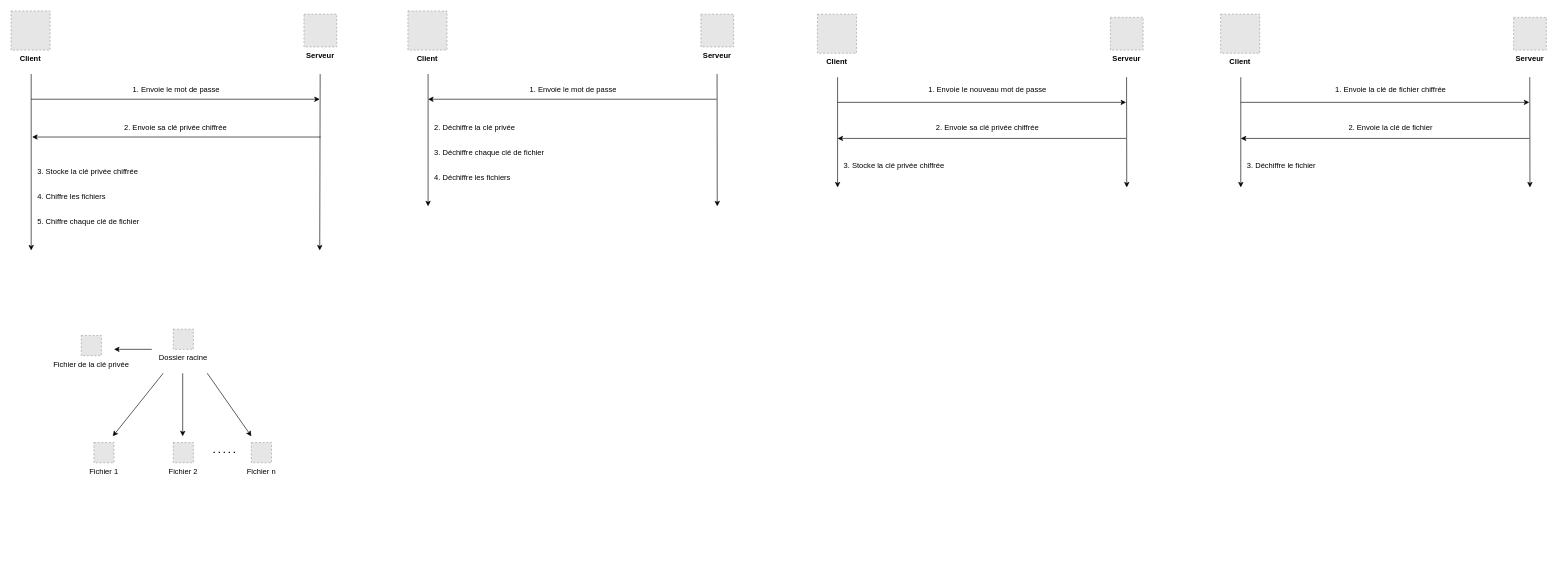
dylanramos/post-quantum-ransomware keeps this draw.io diagram as docs/diagrams/diagrams.drawio. Above is the earlier version. Source tidied: cells renumbered, new cells numbered last; positions are measured from the earlier drawing's top-left corner, leaving out a move shared by most shapes. Both pictures are drawn from the tidied source at 63%, with x=0, y=0 at pixel (11, 11). Pictures stored in the file or linked from it are replaced by grey dashed boxes.
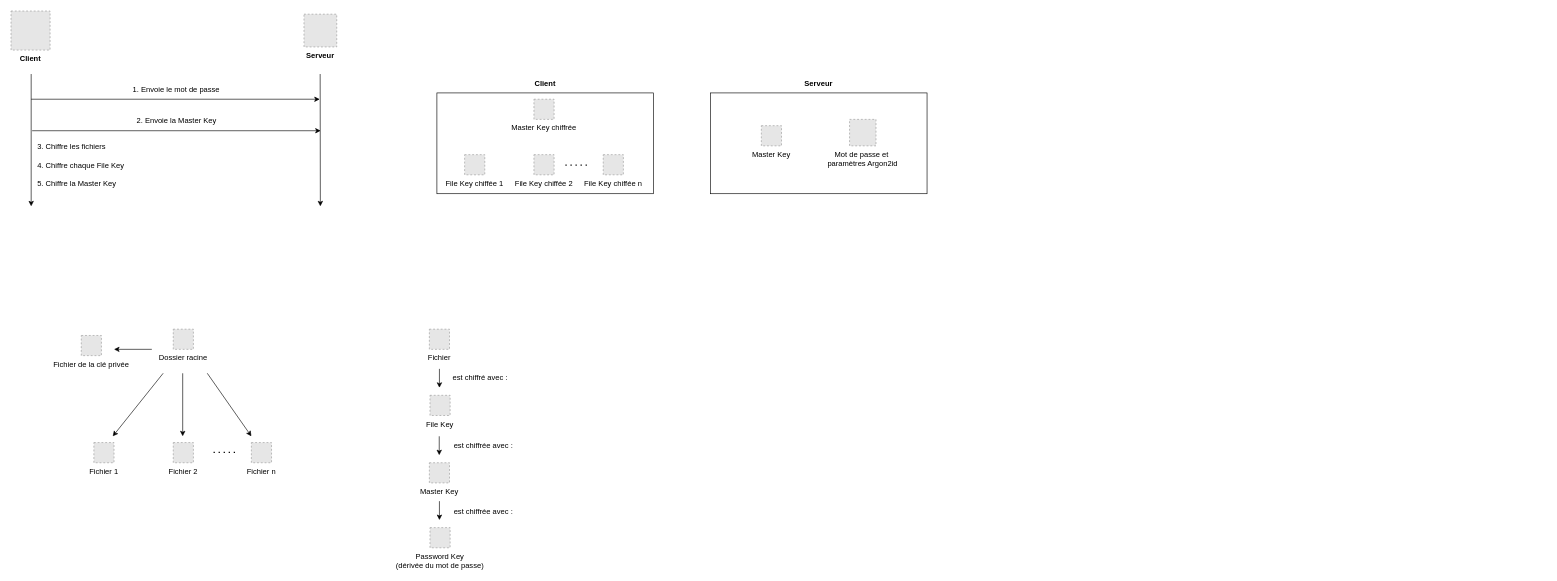
After the change.

Change to the diagram source:
```diff
@@
     <mxCell id="10" style="endArrow=none;html=1;rounded=0;startArrow=classic;startFill=1;" parent="1" edge="1">
       <mxGeometry relative="1" as="geometry">
-        <mxPoint x="32" y="380" as="sourcePoint" />
+        <mxPoint x="32" y="310" as="sourcePoint" />
         <mxPoint x="32" y="100" as="targetPoint" />
       </mxGeometry>
     </mxCell>
     <mxCell id="11" style="endArrow=none;html=1;rounded=0;startArrow=classic;startFill=1;" parent="1" edge="1">
       <mxGeometry relative="1" as="geometry">
-        <mxPoint x="490" y="380" as="sourcePoint" />
+        <mxPoint x="491" y="310" as="sourcePoint" />
         <mxPoint x="490.7" y="100" as="targetPoint" />
       </mxGeometry>
     </mxCell>
-    <mxCell id="12" style="endArrow=classic;html=1;rounded=0;endFill=1;startArrow=none;startFill=0;" parent="1" edge="1">
+    <mxCell id="12" style="endArrow=none;html=1;rounded=0;endFill=0;startArrow=classic;startFill=1;" parent="1" edge="1">
       <mxGeometry relative="1" as="geometry">
-        <mxPoint x="491.5" y="200" as="sourcePoint" />
-        <mxPoint x="33.5" y="200" as="targetPoint" />
+        <mxPoint x="491.5" y="190" as="sourcePoint" />
+        <mxPoint x="33.5" y="190" as="targetPoint" />
       </mxGeometry>
     </mxCell>
-    <mxCell id="13" value="2. Envoie sa clé privée chiffrée&amp;nbsp;" style="text;html=1;whiteSpace=wrap;strokeColor=none;fillColor=none;align=center;verticalAlign=middle;rounded=0;" parent="1" vertex="1">
-      <mxGeometry x="167.5" y="170" width="190" height="30" as="geometry" />
+    <mxCell id="13" value="2. Envoie la Master Key" style="text;html=1;whiteSpace=wrap;strokeColor=none;fillColor=none;align=center;verticalAlign=middle;rounded=0;" parent="1" vertex="1">
+      <mxGeometry x="167.5" y="160" width="190" height="30" as="geometry" />
     </mxCell>
-    <mxCell id="14" value="3. Stocke la clé privée chiffrée" style="text;html=1;whiteSpace=wrap;strokeColor=none;fillColor=none;align=left;verticalAlign=middle;rounded=0;" parent="1" vertex="1">
-      <mxGeometry x="40" y="240" width="170" height="30" as="geometry" />
+    <mxCell id="14" value="3. Chiffre les fichiers" style="text;html=1;whiteSpace=wrap;strokeColor=none;fillColor=none;align=left;verticalAlign=middle;rounded=0;" parent="1" vertex="1">
+      <mxGeometry x="40" y="200" width="170" height="30" as="geometry" />
     </mxCell>
-    <mxCell id="15" value="4. Chiffre les fichiers" style="text;html=1;whiteSpace=wrap;strokeColor=none;fillColor=none;align=left;verticalAlign=middle;rounded=0;" parent="1" vertex="1">
-      <mxGeometry x="40" y="280" width="170" height="30" as="geometry" />
+    <mxCell id="15" value="4. Chiffre chaque File Key" style="text;html=1;whiteSpace=wrap;strokeColor=none;fillColor=none;align=left;verticalAlign=middle;rounded=0;" parent="1" vertex="1">
+      <mxGeometry x="40" y="230" width="170" height="30" as="geometry" />
     </mxCell>
-    <mxCell id="16" value="5. Chiffre chaque clé de fichier" style="text;html=1;whiteSpace=wrap;strokeColor=none;fillColor=none;align=left;verticalAlign=middle;rounded=0;" parent="1" vertex="1">
-      <mxGeometry x="40" y="320" width="280" height="30" as="geometry" />
+    <mxCell id="16" value="5. Chiffre la Master Key" style="text;html=1;whiteSpace=wrap;strokeColor=none;fillColor=none;align=left;verticalAlign=middle;rounded=0;" parent="1" vertex="1">
+      <mxGeometry x="40" y="260" width="280" height="30" as="geometry" />
     </mxCell>
@@
-    <mxCell id="23" value="Serveur" style="fillColor=#E6E6E6;strokeColor=#999999;dashed=1;verticalLabelPosition=bottom;labelBackgroundColor=default;verticalAlign=top;fontStyle=1;" parent="1" vertex="1">
-      <mxGeometry x="1095" y="5" width="52" height="52" as="geometry" />
-    </mxCell>
-    <mxCell id="24" value="Client" style="fillColor=#E6E6E6;strokeColor=#999999;dashed=1;verticalLabelPosition=bottom;labelBackgroundColor=default;verticalAlign=top;fontStyle=1;" parent="1" vertex="1">
-      <mxGeometry x="630" width="62" height="62" as="geometry" />
-    </mxCell>
-    <mxCell id="25" value="1. Envoie le mot de passe" style="text;html=1;whiteSpace=wrap;strokeColor=none;fillColor=none;align=center;verticalAlign=middle;rounded=0;" parent="1" vertex="1">
-      <mxGeometry x="820" y="110" width="145" height="30" as="geometry" />
-    </mxCell>
-    <mxCell id="26" style="endArrow=classic;html=1;rounded=0;endFill=1;startArrow=none;startFill=0;" parent="1" edge="1">
-      <mxGeometry relative="1" as="geometry">
-        <mxPoint x="1120" y="140" as="sourcePoint" />
-        <mxPoint x="662" y="140" as="targetPoint" />
-      </mxGeometry>
-    </mxCell>
-    <mxCell id="27" style="endArrow=none;html=1;rounded=0;startArrow=classic;startFill=1;" parent="1" edge="1">
-      <mxGeometry relative="1" as="geometry">
-        <mxPoint x="662" y="310" as="sourcePoint" />
-        <mxPoint x="662" y="100" as="targetPoint" />
-      </mxGeometry>
-    </mxCell>
-    <mxCell id="28" style="endArrow=none;html=1;rounded=0;startArrow=classic;startFill=1;" parent="1" edge="1">
-      <mxGeometry relative="1" as="geometry">
-        <mxPoint x="1121" y="310" as="sourcePoint" />
-        <mxPoint x="1120.7" y="100" as="targetPoint" />
-      </mxGeometry>
-    </mxCell>
-    <mxCell id="29" value="2. Déchiffre la clé privée" style="text;html=1;whiteSpace=wrap;strokeColor=none;fillColor=none;align=left;verticalAlign=middle;rounded=0;" parent="1" vertex="1">
-      <mxGeometry x="670" y="170" width="170" height="30" as="geometry" />
-    </mxCell>
-    <mxCell id="30" value="3. Déchiffre chaque clé de fichier" style="text;html=1;whiteSpace=wrap;strokeColor=none;fillColor=none;align=left;verticalAlign=middle;rounded=0;" parent="1" vertex="1">
-      <mxGeometry x="670" y="210" width="190" height="30" as="geometry" />
-    </mxCell>
-    <mxCell id="31" value="4. Déchiffre les fichiers" style="text;html=1;whiteSpace=wrap;strokeColor=none;fillColor=none;align=left;verticalAlign=middle;rounded=0;" parent="1" vertex="1">
-      <mxGeometry x="670" y="250" width="140" height="30" as="geometry" />
-    </mxCell>
-    <mxCell id="32" value="Serveur" style="fillColor=#E6E6E6;strokeColor=#999999;dashed=1;verticalLabelPosition=bottom;labelBackgroundColor=default;verticalAlign=top;fontStyle=1;" parent="1" vertex="1">
-      <mxGeometry x="1745" y="10" width="52" height="52" as="geometry" />
-    </mxCell>
-    <mxCell id="33" value="Client" style="fillColor=#E6E6E6;strokeColor=#999999;dashed=1;verticalLabelPosition=bottom;labelBackgroundColor=default;verticalAlign=top;fontStyle=1;" parent="1" vertex="1">
-      <mxGeometry x="1280" y="5" width="62" height="62" as="geometry" />
-    </mxCell>
-    <mxCell id="34" value="1. Envoie le nouveau mot de passe" style="text;html=1;whiteSpace=wrap;strokeColor=none;fillColor=none;align=center;verticalAlign=middle;rounded=0;" parent="1" vertex="1">
-      <mxGeometry x="1455" y="110" width="190" height="30" as="geometry" />
-    </mxCell>
-    <mxCell id="35" style="endArrow=none;html=1;rounded=0;endFill=0;startArrow=classic;startFill=1;" parent="1" edge="1">
-      <mxGeometry relative="1" as="geometry">
-        <mxPoint x="1770" y="145" as="sourcePoint" />
-        <mxPoint x="1312" y="145" as="targetPoint" />
-      </mxGeometry>
-    </mxCell>
-    <mxCell id="36" style="endArrow=none;html=1;rounded=0;startArrow=classic;startFill=1;" parent="1" edge="1">
-      <mxGeometry relative="1" as="geometry">
-        <mxPoint x="1312" y="280" as="sourcePoint" />
-        <mxPoint x="1312" y="105" as="targetPoint" />
-      </mxGeometry>
-    </mxCell>
-    <mxCell id="37" style="endArrow=none;html=1;rounded=0;startArrow=classic;startFill=1;" parent="1" edge="1">
-      <mxGeometry relative="1" as="geometry">
-        <mxPoint x="1771" y="280" as="sourcePoint" />
-        <mxPoint x="1770.7" y="105" as="targetPoint" />
-      </mxGeometry>
-    </mxCell>
-    <mxCell id="38" value="2. Envoie sa clé privée chiffrée" style="text;html=1;whiteSpace=wrap;strokeColor=none;fillColor=none;align=center;verticalAlign=middle;rounded=0;" parent="1" vertex="1">
-      <mxGeometry x="1460" y="170" width="180" height="30" as="geometry" />
-    </mxCell>
-    <mxCell id="39" style="endArrow=classic;html=1;rounded=0;endFill=1;startArrow=none;startFill=0;" parent="1" edge="1">
-      <mxGeometry relative="1" as="geometry">
-        <mxPoint x="1770" y="202.2" as="sourcePoint" />
-        <mxPoint x="1312" y="202.2" as="targetPoint" />
-      </mxGeometry>
-    </mxCell>
-    <mxCell id="40" value="3. Stocke la clé privée chiffrée" style="text;html=1;whiteSpace=wrap;strokeColor=none;fillColor=none;align=left;verticalAlign=middle;rounded=0;" parent="1" vertex="1">
-      <mxGeometry x="1320" y="230" width="180" height="30" as="geometry" />
-    </mxCell>
-    <mxCell id="41" value="Serveur" style="fillColor=#E6E6E6;strokeColor=#999999;dashed=1;verticalLabelPosition=bottom;labelBackgroundColor=default;verticalAlign=top;fontStyle=1;" parent="1" vertex="1">
-      <mxGeometry x="2385" y="10" width="52" height="52" as="geometry" />
-    </mxCell>
-    <mxCell id="42" value="Client" style="fillColor=#E6E6E6;strokeColor=#999999;dashed=1;verticalLabelPosition=bottom;labelBackgroundColor=default;verticalAlign=top;fontStyle=1;" parent="1" vertex="1">
-      <mxGeometry x="1920" y="5" width="62" height="62" as="geometry" />
-    </mxCell>
-    <mxCell id="43" value="1. Envoie la clé de fichier chiffrée" style="text;html=1;whiteSpace=wrap;strokeColor=none;fillColor=none;align=center;verticalAlign=middle;rounded=0;" parent="1" vertex="1">
-      <mxGeometry x="2100" y="110" width="180" height="30" as="geometry" />
-    </mxCell>
-    <mxCell id="44" style="endArrow=none;html=1;rounded=0;endFill=0;startArrow=classic;startFill=1;" parent="1" edge="1">
-      <mxGeometry relative="1" as="geometry">
-        <mxPoint x="2410" y="145" as="sourcePoint" />
-        <mxPoint x="1952" y="145" as="targetPoint" />
-      </mxGeometry>
-    </mxCell>
-    <mxCell id="45" style="endArrow=none;html=1;rounded=0;startArrow=classic;startFill=1;" parent="1" edge="1">
-      <mxGeometry relative="1" as="geometry">
-        <mxPoint x="1952" y="280" as="sourcePoint" />
-        <mxPoint x="1952" y="105" as="targetPoint" />
-      </mxGeometry>
-    </mxCell>
-    <mxCell id="46" style="endArrow=none;html=1;rounded=0;startArrow=classic;startFill=1;" parent="1" edge="1">
-      <mxGeometry relative="1" as="geometry">
-        <mxPoint x="2411" y="280" as="sourcePoint" />
-        <mxPoint x="2410.7" y="105" as="targetPoint" />
-      </mxGeometry>
-    </mxCell>
-    <mxCell id="47" value="2. Envoie la clé de fichier" style="text;html=1;whiteSpace=wrap;strokeColor=none;fillColor=none;align=center;verticalAlign=middle;rounded=0;" parent="1" vertex="1">
-      <mxGeometry x="2100" y="170" width="180" height="30" as="geometry" />
-    </mxCell>
-    <mxCell id="48" style="endArrow=classic;html=1;rounded=0;endFill=1;startArrow=none;startFill=0;" parent="1" edge="1">
-      <mxGeometry relative="1" as="geometry">
-        <mxPoint x="2410" y="202.2" as="sourcePoint" />
-        <mxPoint x="1952" y="202.2" as="targetPoint" />
-      </mxGeometry>
-    </mxCell>
-    <mxCell id="49" value="3. Déchiffre le fichier" style="text;html=1;whiteSpace=wrap;strokeColor=none;fillColor=none;align=left;verticalAlign=middle;rounded=0;" parent="1" vertex="1">
-      <mxGeometry x="1960" y="230" width="180" height="30" as="geometry" />
-    </mxCell>
+    <mxCell id="50" value="Fichier" style="fillColor=#E6E6E6;strokeColor=#999999;dashed=1;verticalLabelPosition=bottom;labelBackgroundColor=default;verticalAlign=top;fontStyle=0;" parent="1" vertex="1">
+      <mxGeometry x="664" y="505" width="32" height="32" as="geometry" />
+    </mxCell>
+    <mxCell id="51" value="File Key" style="fillColor=#E6E6E6;strokeColor=#999999;dashed=1;verticalLabelPosition=bottom;labelBackgroundColor=default;verticalAlign=top;" parent="1" vertex="1">
+      <mxGeometry x="665" y="610" width="32" height="32" as="geometry" />
+    </mxCell>
+    <mxCell id="52" style="endArrow=none;html=1;rounded=0;startArrow=classic;startFill=1;" parent="1" edge="1">
+      <mxGeometry relative="1" as="geometry">
+        <mxPoint x="680" y="598" as="sourcePoint" />
+        <mxPoint x="680" y="568" as="targetPoint" />
+      </mxGeometry>
+    </mxCell>
+    <mxCell id="53" value="est chiffré avec :" style="text;html=1;whiteSpace=wrap;strokeColor=none;fillColor=none;align=center;verticalAlign=middle;rounded=0;fontSize=12;" parent="1" vertex="1">
+      <mxGeometry x="700" y="567" width="90" height="30" as="geometry" />
+    </mxCell>
+    <mxCell id="54" style="endArrow=none;html=1;rounded=0;startArrow=classic;startFill=1;" parent="1" edge="1">
+      <mxGeometry relative="1" as="geometry">
+        <mxPoint x="679.7" y="705" as="sourcePoint" />
+        <mxPoint x="679.7" y="675" as="targetPoint" />
+      </mxGeometry>
+    </mxCell>
+    <mxCell id="55" value="est chiffrée avec :" style="text;html=1;whiteSpace=wrap;strokeColor=none;fillColor=none;align=center;verticalAlign=middle;rounded=0;fontSize=12;" parent="1" vertex="1">
+      <mxGeometry x="700" y="675" width="100" height="30" as="geometry" />
+    </mxCell>
+    <mxCell id="56" value="Master Key" style="fillColor=#E6E6E6;strokeColor=#999999;dashed=1;verticalLabelPosition=bottom;labelBackgroundColor=default;verticalAlign=top;" parent="1" vertex="1">
+      <mxGeometry x="664" y="717" width="32" height="32" as="geometry" />
+    </mxCell>
+    <mxCell id="57" value="Password Key&#10;(dérivée du mot de passe)" style="fillColor=#E6E6E6;strokeColor=#999999;dashed=1;verticalLabelPosition=bottom;labelBackgroundColor=default;verticalAlign=top;" parent="1" vertex="1">
+      <mxGeometry x="665" y="820" width="32" height="32" as="geometry" />
+    </mxCell>
+    <mxCell id="58" value="est chiffrée avec :" style="text;html=1;whiteSpace=wrap;strokeColor=none;fillColor=none;align=center;verticalAlign=middle;rounded=0;fontSize=12;" parent="1" vertex="1">
+      <mxGeometry x="700" y="780" width="100" height="30" as="geometry" />
+    </mxCell>
+    <mxCell id="59" style="endArrow=none;html=1;rounded=0;startArrow=classic;startFill=1;" parent="1" edge="1">
+      <mxGeometry relative="1" as="geometry">
+        <mxPoint x="680" y="808" as="sourcePoint" />
+        <mxPoint x="680" y="778" as="targetPoint" />
+      </mxGeometry>
+    </mxCell>
+    <mxCell id="60" style="rounded=0;whiteSpace=wrap;html=1;fillColor=none;" parent="1" vertex="1">
+      <mxGeometry x="1110" y="130" width="344" height="160" as="geometry" />
+    </mxCell>
+    <mxCell id="61" value="Master Key chiffrée" style="fillColor=#E6E6E6;strokeColor=#999999;dashed=1;verticalLabelPosition=bottom;labelBackgroundColor=default;verticalAlign=top;" parent="1" vertex="1">
+      <mxGeometry x="830" y="140" width="32" height="32" as="geometry" />
+    </mxCell>
+    <mxCell id="62" value="File Key chiffée 1" style="fillColor=#E6E6E6;strokeColor=#999999;dashed=1;verticalLabelPosition=bottom;labelBackgroundColor=default;verticalAlign=top;" parent="1" vertex="1">
+      <mxGeometry x="720" y="228" width="32" height="32" as="geometry" />
+    </mxCell>
+    <mxCell id="63" value="File Key chiffée 2" style="fillColor=#E6E6E6;strokeColor=#999999;dashed=1;verticalLabelPosition=bottom;labelBackgroundColor=default;verticalAlign=top;" parent="1" vertex="1">
+      <mxGeometry x="830" y="228" width="32" height="32" as="geometry" />
+    </mxCell>
+    <mxCell id="64" value="File Key chiffée n" style="fillColor=#E6E6E6;strokeColor=#999999;dashed=1;verticalLabelPosition=bottom;labelBackgroundColor=default;verticalAlign=top;" parent="1" vertex="1">
+      <mxGeometry x="940" y="228" width="32" height="32" as="geometry" />
+    </mxCell>
+    <mxCell id="65" style="endArrow=none;dashed=1;html=1;dashPattern=1 3;strokeWidth=2;rounded=0;" parent="1" edge="1">
+      <mxGeometry relative="1" as="geometry">
+        <mxPoint x="880" y="244.5" as="sourcePoint" />
+        <mxPoint x="920" y="244.5" as="targetPoint" />
+      </mxGeometry>
+    </mxCell>
+    <mxCell id="66" value="Master Key" style="fillColor=#E6E6E6;strokeColor=#999999;dashed=1;verticalLabelPosition=bottom;labelBackgroundColor=default;verticalAlign=top;" parent="1" vertex="1">
+      <mxGeometry x="1191" y="182" width="32" height="32" as="geometry" />
+    </mxCell>
+    <mxCell id="67" value="Mot de passe et &#10;paramètres Argon2id" style="fillColor=#E6E6E6;strokeColor=#999999;dashed=1;verticalLabelPosition=bottom;labelBackgroundColor=default;verticalAlign=top;" parent="1" vertex="1">
+      <mxGeometry x="1331" y="172" width="42" height="42" as="geometry" />
+    </mxCell>
+    <mxCell id="68" style="rounded=0;whiteSpace=wrap;html=1;fillColor=none;" parent="1" vertex="1">
+      <mxGeometry x="676" y="130" width="344" height="160" as="geometry" />
+    </mxCell>
+    <mxCell id="69" value="Client" style="text;html=1;whiteSpace=wrap;strokeColor=none;fillColor=none;align=center;verticalAlign=middle;rounded=0;fontStyle=1;" parent="1" vertex="1">
+      <mxGeometry x="818" y="100" width="60" height="30" as="geometry" />
+    </mxCell>
+    <mxCell id="70" value="Serveur" style="text;html=1;whiteSpace=wrap;strokeColor=none;fillColor=none;align=center;verticalAlign=middle;rounded=0;fontStyle=1;" parent="1" vertex="1">
+      <mxGeometry x="1252" y="100" width="60" height="30" as="geometry" />
+    </mxCell>
```
